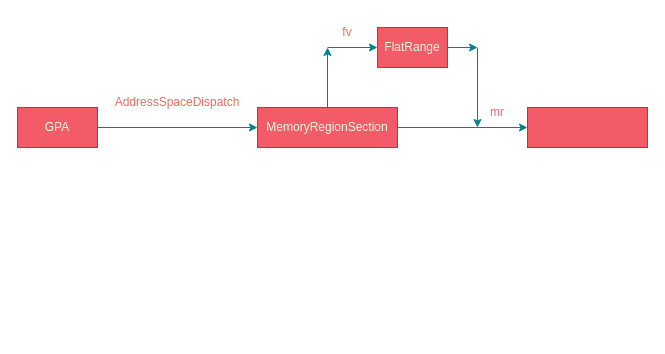
This is 内存管理1.drawio from Yongibaoi/100-gdb-tips, a draw.io file, before an edit. Source tidied: cells renumbered, new cells numbered last; positions are measured from the earlier drawing's top-left corner, leaving out a move shared by most shapes. Both pictures are drawn from the tidied source at 100%, with x=0, y=0 at pixel (17, 17).
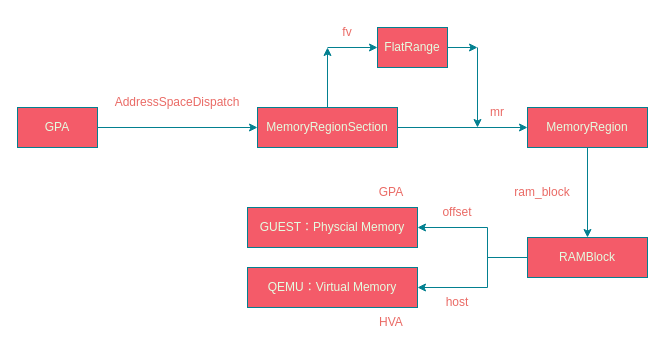
The same diagram, later.

Commit message (it also covers changes not shown here):
更新内存管理1.drawio

The edit, as a diff of the source:
```diff
@@
-    <mxCell id="6" style="rounded=0;whiteSpace=wrap;html=1;strokeColor=#028090;fontColor=#E4FDE1;fillColor=#F45B69;" parent="1" vertex="1">
+    <mxCell id="6" value="MemoryRegion" style="rounded=0;whiteSpace=wrap;html=1;strokeColor=#028090;fontColor=#E4FDE1;fillColor=#F45B69;" parent="1" vertex="1">
       <mxGeometry x="510" y="90" width="120" height="40" as="geometry" />
     </mxCell>
@@
+    <mxCell id="15" value="RAMBlock" style="rounded=0;whiteSpace=wrap;html=1;strokeColor=#028090;fontColor=#E4FDE1;fillColor=#F45B69;" parent="1" vertex="1">
+      <mxGeometry x="510" y="220" width="120" height="40" as="geometry" />
+    </mxCell>
+    <mxCell id="16" style="endArrow=classic;html=1;rounded=0;strokeColor=#028090;fontColor=#E4FDE1;fillColor=#F45B69;exitX=0.5;exitY=1;exitDx=0;exitDy=0;entryX=0.5;entryY=0;entryDx=0;entryDy=0;" parent="1" edge="1" source="6" target="15">
+      <mxGeometry relative="1" as="geometry" />
+    </mxCell>
+    <mxCell id="17" value="&lt;font color=&quot;#EA6B66&quot;&gt;ram_block&lt;/font&gt;" style="text;html=1;strokeColor=none;fillColor=none;align=center;verticalAlign=middle;whiteSpace=wrap;rounded=0;fontColor=#E4FDE1;" parent="1" vertex="1">
+      <mxGeometry x="490" y="160" width="70" height="30" as="geometry" />
+    </mxCell>
+    <mxCell id="18" style="endArrow=none;html=1;rounded=0;strokeColor=#028090;fontColor=#E4FDE1;fillColor=#F45B69;entryX=0;entryY=0.5;entryDx=0;entryDy=0;" parent="1" edge="1" target="15">
+      <mxGeometry relative="1" as="geometry">
+        <mxPoint x="470" y="240" as="sourcePoint" />
+      </mxGeometry>
+    </mxCell>
+    <mxCell id="19" style="endArrow=none;html=1;rounded=0;strokeColor=#028090;fontColor=#E4FDE1;fillColor=#F45B69;" parent="1" edge="1">
+      <mxGeometry relative="1" as="geometry">
+        <mxPoint x="470" y="270" as="sourcePoint" />
+        <mxPoint x="470" y="210" as="targetPoint" />
+      </mxGeometry>
+    </mxCell>
+    <mxCell id="20" style="endArrow=classic;html=1;rounded=0;strokeColor=#028090;fontColor=#E4FDE1;fillColor=#F45B69;" parent="1" edge="1">
+      <mxGeometry relative="1" as="geometry">
+        <mxPoint x="470" y="210" as="sourcePoint" />
+        <mxPoint x="400" y="210" as="targetPoint" />
+      </mxGeometry>
+    </mxCell>
+    <mxCell id="21" style="endArrow=classic;html=1;rounded=0;strokeColor=#028090;fontColor=#E4FDE1;fillColor=#F45B69;" parent="1" edge="1">
+      <mxGeometry relative="1" as="geometry">
+        <mxPoint x="470" y="270" as="sourcePoint" />
+        <mxPoint x="400" y="270" as="targetPoint" />
+      </mxGeometry>
+    </mxCell>
+    <mxCell id="22" value="GUEST：Physcial Memory" style="rounded=0;whiteSpace=wrap;html=1;strokeColor=#028090;fontColor=#E4FDE1;fillColor=#F45B69;" parent="1" vertex="1">
+      <mxGeometry x="230" y="190" width="170" height="40" as="geometry" />
+    </mxCell>
+    <mxCell id="23" value="QEMU：Virtual Memory" style="rounded=0;whiteSpace=wrap;html=1;strokeColor=#028090;fontColor=#E4FDE1;fillColor=#F45B69;" parent="1" vertex="1">
+      <mxGeometry x="230" y="250" width="170" height="40" as="geometry" />
+    </mxCell>
+    <mxCell id="24" value="&lt;font color=&quot;#EA6B66&quot;&gt;offset&lt;/font&gt;" style="text;html=1;strokeColor=none;fillColor=none;align=center;verticalAlign=middle;whiteSpace=wrap;rounded=0;fontColor=#E4FDE1;" parent="1" vertex="1">
+      <mxGeometry x="410" y="180" width="60" height="30" as="geometry" />
+    </mxCell>
+    <mxCell id="25" value="&lt;font color=&quot;#EA6B66&quot;&gt;host&lt;/font&gt;" style="text;html=1;strokeColor=none;fillColor=none;align=center;verticalAlign=middle;whiteSpace=wrap;rounded=0;fontColor=#E4FDE1;" parent="1" vertex="1">
+      <mxGeometry x="410" y="270" width="60" height="30" as="geometry" />
+    </mxCell>
+    <mxCell id="26" value="&lt;font color=&quot;#EA6B66&quot;&gt;HVA&lt;/font&gt;" style="text;html=1;strokeColor=none;fillColor=none;align=center;verticalAlign=middle;whiteSpace=wrap;rounded=0;fontColor=#E4FDE1;" parent="1" vertex="1">
+      <mxGeometry x="344" y="290" width="60" height="30" as="geometry" />
+    </mxCell>
+    <mxCell id="27" value="&lt;font color=&quot;#EA6B66&quot;&gt;GPA&lt;/font&gt;" style="text;html=1;strokeColor=none;fillColor=none;align=center;verticalAlign=middle;whiteSpace=wrap;rounded=0;fontColor=#E4FDE1;" parent="1" vertex="1">
+      <mxGeometry x="344" y="160" width="60" height="30" as="geometry" />
+    </mxCell>
```
